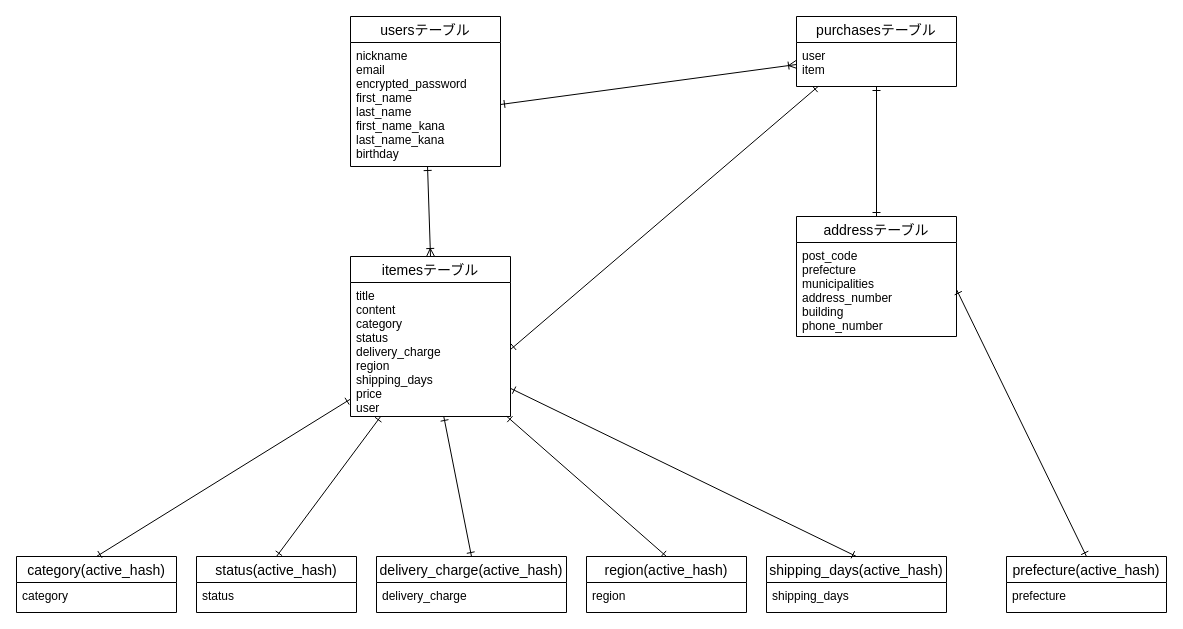
kumahiro0517/furima-37655 keeps this draw.io diagram as furima.dio. Above is the earlier version. Source tidied: cells renumbered, new cells numbered last; positions are measured from the earlier drawing's top-left corner, leaving out a move shared by most shapes. Both pictures are drawn from the tidied source at 100%, with x=0, y=0 at pixel (16, 16).
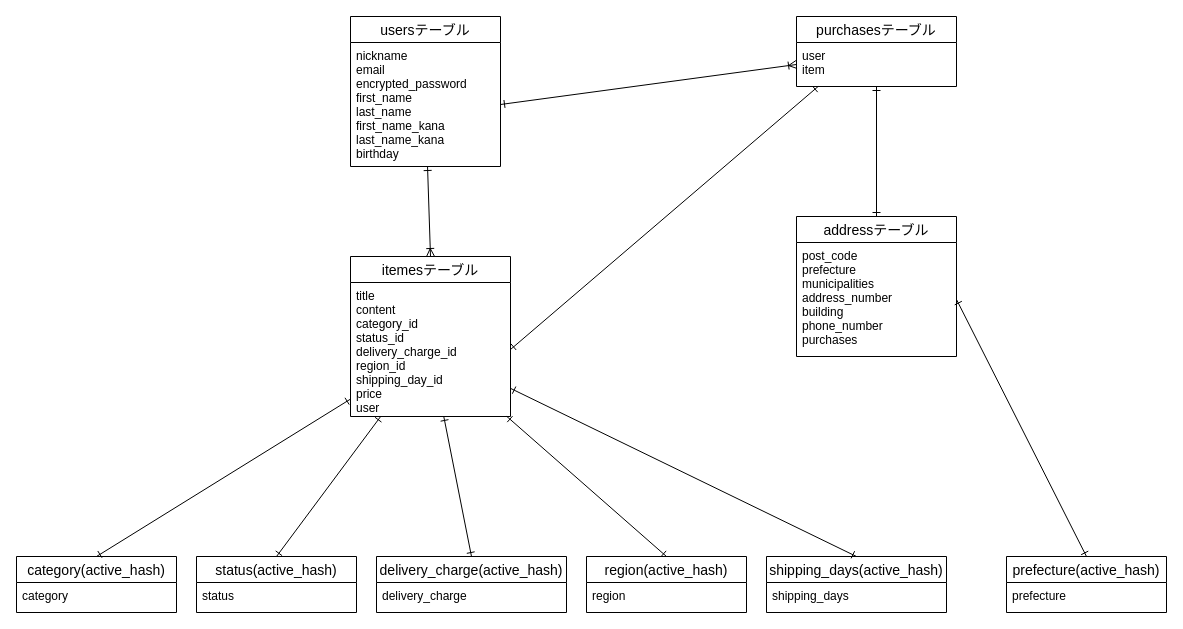
The same diagram, later.

Commit message (it also covers changes not shown here):
データベース設計

Unchanged cells that the change refers to:
```xml
<mxCell id="4" value="itemesテーブル" style="swimlane;fontStyle=0;horizontal=1;startSize=26;align=center;fontSize=14;" parent="1" vertex="1">
  <mxGeometry x="334" y="240" width="160" height="160" as="geometry" />
</mxCell>
```

Change to the diagram source:
```diff
@@
-    <mxCell id="5" value="title&#10;content&#10;category&#10;status&#10;delivery_charge&#10;region&#10;shipping_days&#10;price&#10;user" style="text;strokeColor=none;fillColor=none;spacingLeft=4;spacingRight=4;overflow=hidden;points=[[0,0.5],[1,0.5]];portConstraint=eastwest;fontSize=12;" parent="4" vertex="1">
+    <mxCell id="5" value="title&#10;content&#10;category_id&#10;status_id&#10;delivery_charge_id&#10;region_id&#10;shipping_day_id&#10;price&#10;user" style="text;strokeColor=none;fillColor=none;spacingLeft=4;spacingRight=4;overflow=hidden;points=[[0,0.5],[1,0.5]];portConstraint=eastwest;fontSize=12;" parent="4" vertex="1">
       <mxGeometry y="26" width="160" height="134" as="geometry" />
     </mxCell>
@@
     <mxCell id="8" value="addressテーブル" style="swimlane;fontStyle=0;horizontal=1;startSize=26;align=center;fontSize=14;" parent="1" vertex="1">
-      <mxGeometry x="780" y="200" width="160" height="120" as="geometry" />
+      <mxGeometry x="780" y="200" width="160" height="140" as="geometry" />
     </mxCell>
-    <mxCell id="9" value="post_code&#10;prefecture&#10;municipalities&#10;address_number&#10;building&#10;phone_number" style="text;strokeColor=none;fillColor=none;spacingLeft=4;spacingRight=4;overflow=hidden;points=[[0,0.5],[1,0.5]];portConstraint=eastwest;fontSize=12;" parent="8" vertex="1">
-      <mxGeometry y="26" width="160" height="94" as="geometry" />
+    <mxCell id="9" value="post_code&#10;prefecture&#10;municipalities&#10;address_number&#10;building&#10;phone_number&#10;purchases&#10;" style="text;strokeColor=none;fillColor=none;spacingLeft=4;spacingRight=4;overflow=hidden;points=[[0,0.5],[1,0.5]];portConstraint=eastwest;fontSize=12;" parent="8" vertex="1">
+      <mxGeometry y="26" width="160" height="114" as="geometry" />
     </mxCell>
+    <mxCell id="32" style="edgeStyle=none;html=1;exitX=0.5;exitY=1;exitDx=0;exitDy=0;startArrow=ERone;startFill=0;endArrow=ERoneToMany;endFill=0;" parent="8" edge="1" source="8" target="9">
+      <mxGeometry relative="1" as="geometry" />
+    </mxCell>
```
